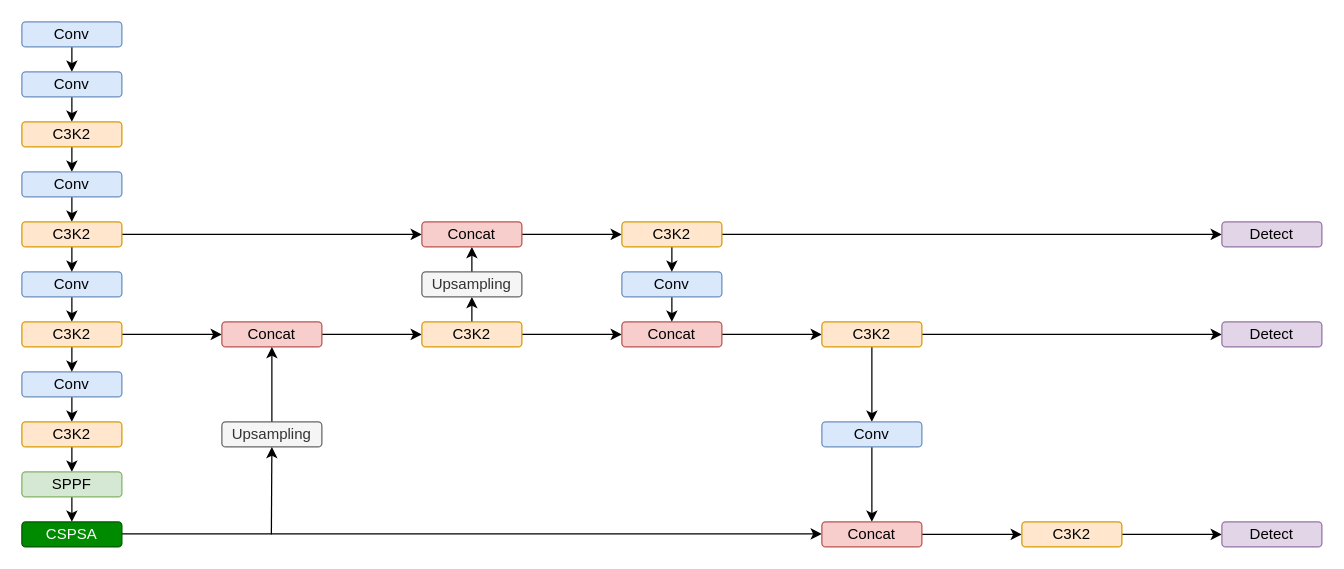
Earlier version of the draw.io diagram yolo.drawio (LamaPerdu/LamaPerdu). Source tidied: cells renumbered, new cells numbered last; positions are measured from the earlier drawing's top-left corner, leaving out a move shared by most shapes. Both pictures are drawn from the tidied source at 125%, with x=0, y=0 at pixel (21, 21).
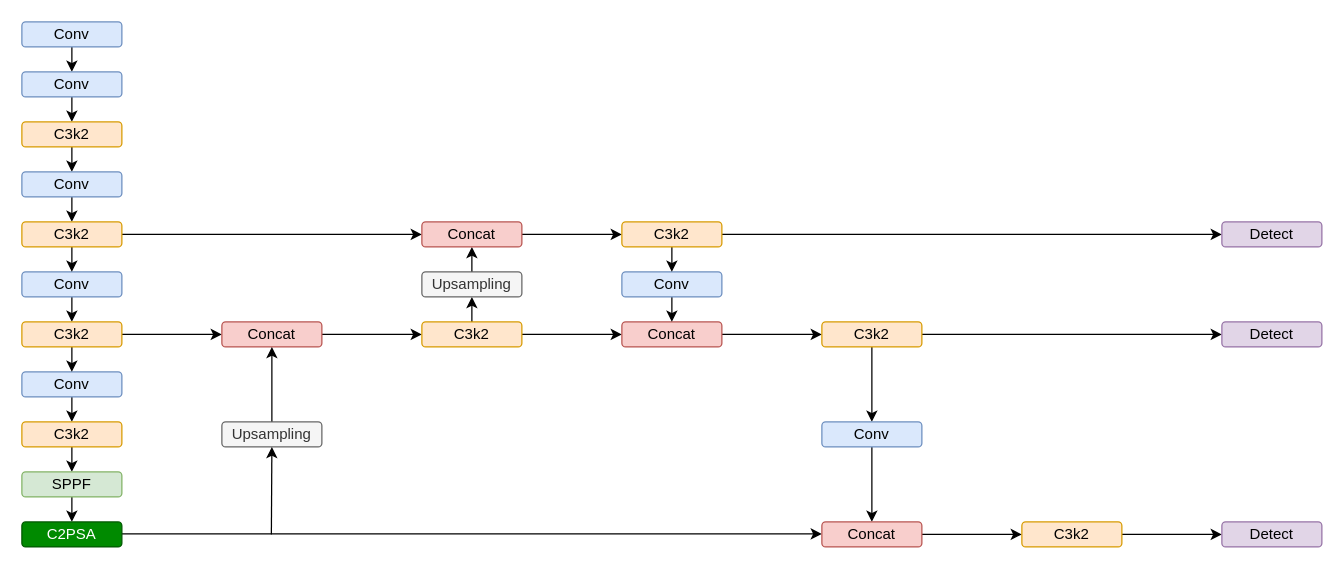
The same page after the edit.

What changed in the source:
```diff
@@
-    <mxCell id="7" value="C3K2" style="rounded=1;whiteSpace=wrap;html=1;fillColor=#ffe6cc;strokeColor=#d79b00;" parent="1" vertex="1">
+    <mxCell id="7" value="C3k2" style="rounded=1;whiteSpace=wrap;html=1;fillColor=#ffe6cc;strokeColor=#d79b00;" parent="1" vertex="1">
       <mxGeometry y="80" width="80" height="20" as="geometry" />
     </mxCell>
@@
-    <mxCell id="14" value="C3K2" style="rounded=1;whiteSpace=wrap;html=1;fillColor=#ffe6cc;strokeColor=#d79b00;" parent="1" vertex="1">
+    <mxCell id="14" value="C3k2" style="rounded=1;whiteSpace=wrap;html=1;fillColor=#ffe6cc;strokeColor=#d79b00;" parent="1" vertex="1">
       <mxGeometry y="160" width="80" height="20" as="geometry" />
     </mxCell>
@@
-    <mxCell id="19" value="C3K2" style="rounded=1;whiteSpace=wrap;html=1;fillColor=#ffe6cc;strokeColor=#d79b00;" parent="1" vertex="1">
+    <mxCell id="19" value="C3k2" style="rounded=1;whiteSpace=wrap;html=1;fillColor=#ffe6cc;strokeColor=#d79b00;" parent="1" vertex="1">
       <mxGeometry y="240" width="80" height="20" as="geometry" />
     </mxCell>
@@
-    <mxCell id="21" value="C3K2" style="rounded=1;whiteSpace=wrap;html=1;fillColor=#ffe6cc;strokeColor=#d79b00;" parent="1" vertex="1">
+    <mxCell id="21" value="C3k2" style="rounded=1;whiteSpace=wrap;html=1;fillColor=#ffe6cc;strokeColor=#d79b00;" parent="1" vertex="1">
       <mxGeometry y="320" width="80" height="20" as="geometry" />
     </mxCell>
@@
-    <mxCell id="25" value="CSPSA" style="rounded=1;whiteSpace=wrap;html=1;fillColor=#008a00;strokeColor=#005700;fontColor=#ffffff;" parent="1" vertex="1">
+    <mxCell id="25" value="C2PSA" style="rounded=1;whiteSpace=wrap;html=1;fillColor=#008a00;strokeColor=#005700;fontColor=#ffffff;" parent="1" vertex="1">
       <mxGeometry y="400" width="80" height="20" as="geometry" />
     </mxCell>
@@
-    <mxCell id="32" value="C3K2" style="rounded=1;whiteSpace=wrap;html=1;fillColor=#ffe6cc;strokeColor=#d79b00;" parent="1" vertex="1">
+    <mxCell id="32" value="C3k2" style="rounded=1;whiteSpace=wrap;html=1;fillColor=#ffe6cc;strokeColor=#d79b00;" parent="1" vertex="1">
       <mxGeometry x="320" y="240" width="80" height="20" as="geometry" />
     </mxCell>
@@
-    <mxCell id="43" value="C3K2" style="rounded=1;whiteSpace=wrap;html=1;fillColor=#ffe6cc;strokeColor=#d79b00;" parent="1" vertex="1">
+    <mxCell id="43" value="C3k2" style="rounded=1;whiteSpace=wrap;html=1;fillColor=#ffe6cc;strokeColor=#d79b00;" parent="1" vertex="1">
       <mxGeometry x="480" y="160" width="80" height="20" as="geometry" />
     </mxCell>
@@
-    <mxCell id="46" value="C3K2" style="rounded=1;whiteSpace=wrap;html=1;fillColor=#ffe6cc;strokeColor=#d79b00;" parent="1" vertex="1">
+    <mxCell id="46" value="C3k2" style="rounded=1;whiteSpace=wrap;html=1;fillColor=#ffe6cc;strokeColor=#d79b00;" parent="1" vertex="1">
       <mxGeometry x="640" y="240" width="80" height="20" as="geometry" />
     </mxCell>
@@
-    <mxCell id="52" value="C3K2" style="rounded=1;whiteSpace=wrap;html=1;fillColor=#ffe6cc;strokeColor=#d79b00;" parent="1" vertex="1">
+    <mxCell id="52" value="C3k2" style="rounded=1;whiteSpace=wrap;html=1;fillColor=#ffe6cc;strokeColor=#d79b00;" parent="1" vertex="1">
       <mxGeometry x="800" y="400" width="80" height="20" as="geometry" />
     </mxCell>
```
